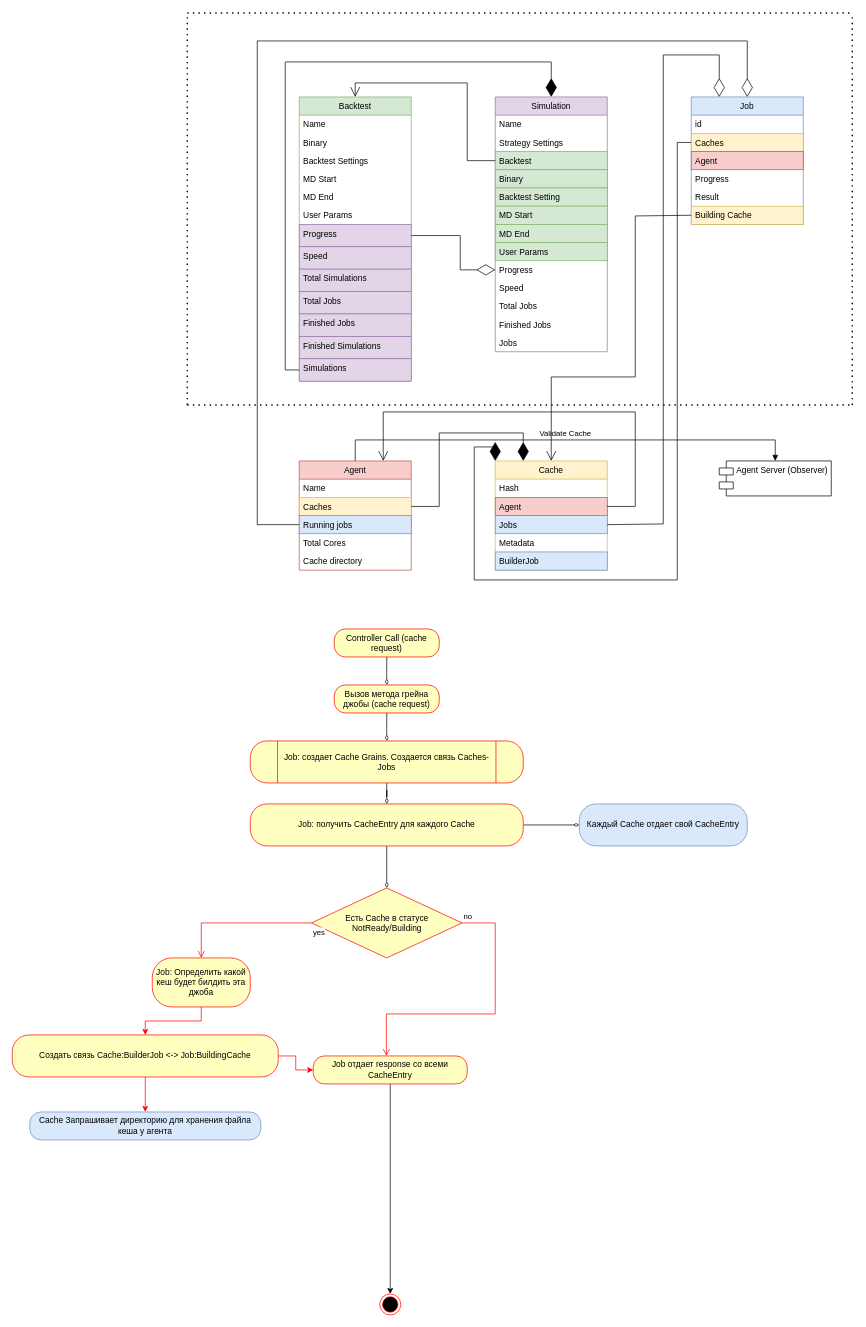
Above: Backtest-Orleans.drawio in aroman35/backtest-unicorn (draw.io), before the change. Source tidied: cells renumbered, new cells numbered last; positions are measured from the earlier drawing's top-left corner, leaving out a move shared by most shapes. Both pictures are drawn from the tidied source at 70%, with x=0, y=0 at pixel (12, 13).
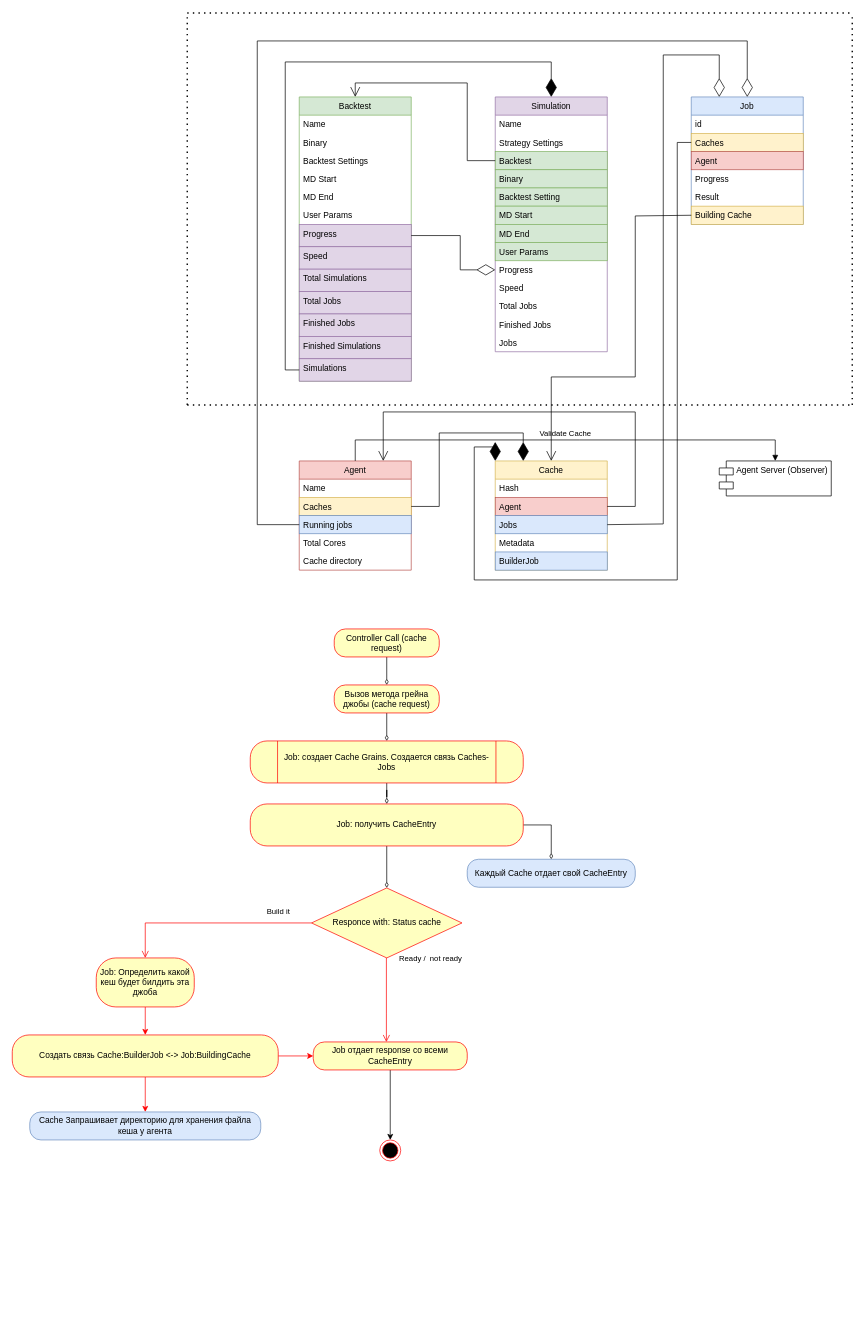
The same diagram, later.

What changed in the source:
```diff
@@
-    <mxCell id="71" style="edgeStyle=orthogonalEdgeStyle;rounded=0;jettySize=auto;html=1;endArrow=diamondThin;endFill=0;" parent="1" edge="1" source="72" target="78">
+    <mxCell id="71" style="edgeStyle=orthogonalEdgeStyle;rounded=0;jettySize=auto;html=1;endArrow=diamondThin;endFill=0;exitX=1;exitY=0.5;exitDx=0;exitDy=0;" parent="1" edge="1" source="72" target="78">
       <mxGeometry relative="1" as="geometry" />
     </mxCell>
-    <mxCell id="72" value="Job: получить CacheEntry для каждого Cache" style="whiteSpace=wrap;html=1;fillColor=#ffffc0;strokeColor=#ff0000;fontColor=#000000;rounded=1;arcSize=40;" parent="1" vertex="1">
+    <mxCell id="72" value="Job: получить CacheEntry" style="whiteSpace=wrap;html=1;fillColor=#ffffc0;strokeColor=#ff0000;fontColor=#000000;rounded=1;arcSize=40;" parent="1" vertex="1">
       <mxGeometry x="340" y="1130" width="390" height="60" as="geometry" />
     </mxCell>
-    <mxCell id="73" value="Есть Cache в статусе NotReady/Building" style="rhombus;whiteSpace=wrap;html=1;fillColor=#ffffc0;strokeColor=#ff0000;" parent="1" vertex="1">
+    <mxCell id="73" value="Responce with: Status cache" style="rhombus;whiteSpace=wrap;html=1;fillColor=#ffffc0;strokeColor=#ff0000;" parent="1" vertex="1">
       <mxGeometry x="427.5" y="1250" width="215" height="100" as="geometry" />
     </mxCell>
-    <mxCell id="74" value="no" style="edgeStyle=orthogonalEdgeStyle;html=1;align=left;verticalAlign=bottom;endArrow=open;endSize=8;strokeColor=#ff0000;rounded=0;entryX=0.475;entryY=0.002;entryDx=0;entryDy=0;entryPerimeter=0;" parent="1" edge="1" source="73" target="77">
-      <mxGeometry x="-1" relative="1" as="geometry">
+    <mxCell id="74" value="Ready /&amp;nbsp; not ready" style="edgeStyle=orthogonalEdgeStyle;html=1;align=left;verticalAlign=bottom;endArrow=open;endSize=8;strokeColor=#ff0000;rounded=0;entryX=0.475;entryY=0.002;entryDx=0;entryDy=0;entryPerimeter=0;" parent="1" edge="1" source="73" target="77">
+      <mxGeometry x="-0.83" y="16" relative="1" as="geometry">
         <Array as="points">
-          <mxPoint x="690" y="1300" />
-          <mxPoint x="690" y="1430" />
           <mxPoint x="535" y="1430" />
         </Array>
       </mxGeometry>
     </mxCell>
-    <mxCell id="75" value="yes" style="edgeStyle=orthogonalEdgeStyle;html=1;align=left;verticalAlign=top;endArrow=open;endSize=8;strokeColor=#ff0000;rounded=0;entryX=0.5;entryY=0;entryDx=0;entryDy=0;" parent="1" edge="1" source="73" target="81">
-      <mxGeometry x="-1" relative="1" as="geometry">
+    <mxCell id="75" value="Build it" style="edgeStyle=orthogonalEdgeStyle;html=1;align=left;verticalAlign=top;endArrow=open;endSize=8;strokeColor=#ff0000;rounded=0;entryX=0.5;entryY=0;entryDx=0;entryDy=0;" parent="1" edge="1" source="73" target="81">
+      <mxGeometry x="-0.54" y="-30" relative="1" as="geometry">
         <Array as="points">
-          <mxPoint x="270" y="1300" />
+          <mxPoint x="190" y="1300" />
         </Array>
       </mxGeometry>
     </mxCell>
@@
     <mxCell id="77" value="Job отдает response со всеми CacheEntry" style="rounded=1;whiteSpace=wrap;html=1;arcSize=40;fontColor=#000000;fillColor=#ffffc0;strokeColor=#ff0000;" parent="1" vertex="1">
-      <mxGeometry x="430" y="1490" width="220" height="40" as="geometry" />
+      <mxGeometry x="430" y="1470" width="220" height="40" as="geometry" />
     </mxCell>
     <mxCell id="78" value="Каждый Cache отдает свой CacheEntry" style="whiteSpace=wrap;html=1;fillColor=#dae8fc;strokeColor=#6c8ebf;rounded=1;arcSize=40;" parent="1" vertex="1">
-      <mxGeometry x="810" y="1130" width="240" height="60" as="geometry" />
+      <mxGeometry x="650" y="1209" width="240" height="40" as="geometry" />
     </mxCell>
     <mxCell id="79" style="ellipse;html=1;shape=endState;fillColor=#000000;strokeColor=#ff0000;" parent="1" vertex="1">
-      <mxGeometry x="525" y="1830" width="30" height="30" as="geometry" />
+      <mxGeometry x="525" y="1610" width="30" height="30" as="geometry" />
     </mxCell>
@@
     <mxCell id="81" value="Job: Определить какой кеш будет билдить эта джоба" style="rounded=1;whiteSpace=wrap;html=1;arcSize=40;fontColor=#000000;fillColor=#ffffc0;strokeColor=#ff0000;" parent="1" vertex="1">
-      <mxGeometry x="200" y="1350" width="140" height="70" as="geometry" />
+      <mxGeometry x="120" y="1350" width="140" height="70" as="geometry" />
     </mxCell>
```
